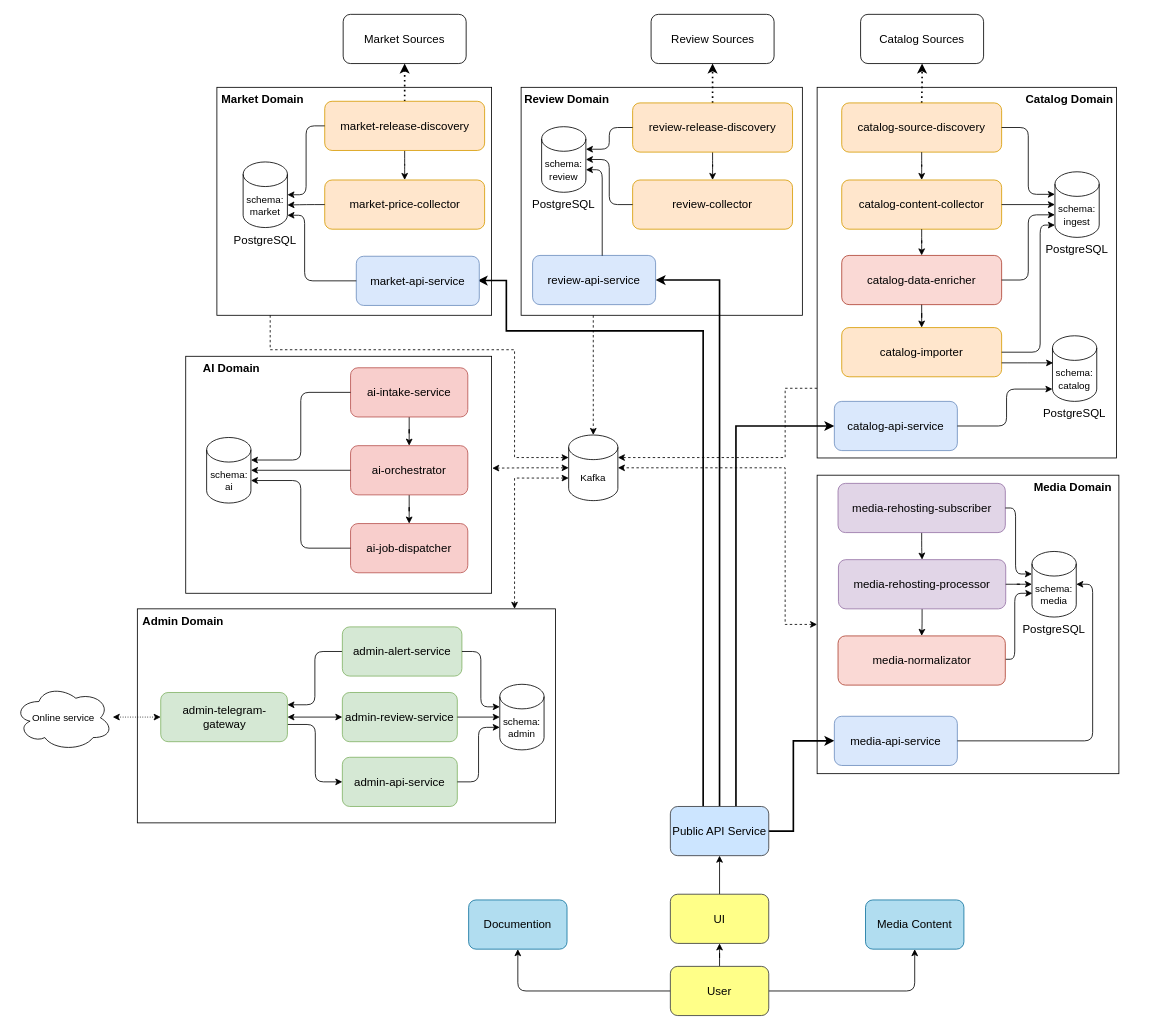
The draw.io diagram monstrino-docs/extra/diagrams/architecture-overview-v5.drawio in MafiaCoconut/Monstrino, before the edit. Source tidied: cells renumbered, new cells numbered last; positions are measured from the earlier drawing's top-left corner, leaving out a move shared by most shapes. Both pictures are drawn from the tidied source at 82%, with x=0, y=0 at pixel (14, 14).
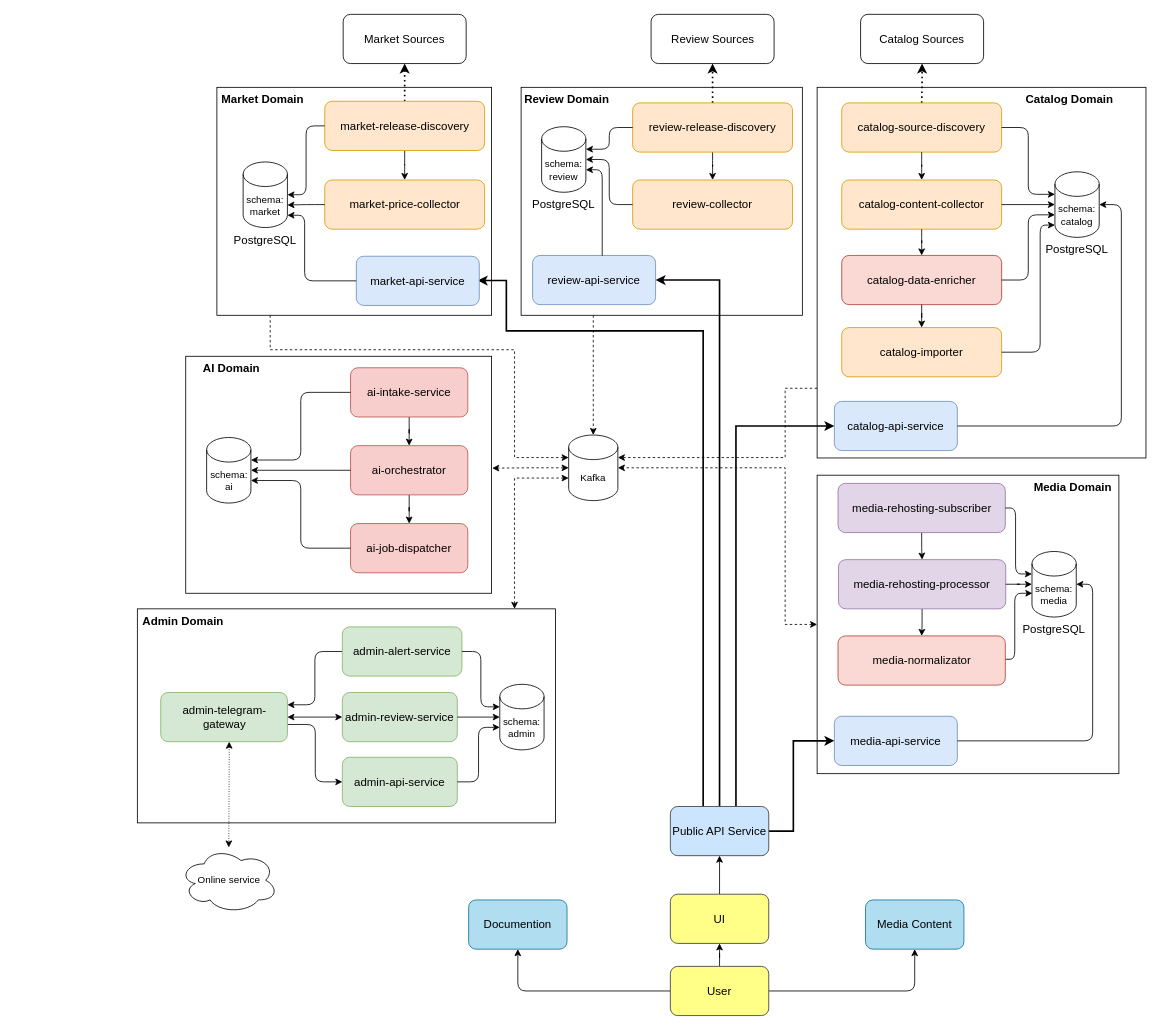
After the change.

The change refers to these unchanged cells:
```xml
<mxCell id="51" value="catalog-importer" style="rounded=1;whiteSpace=wrap;html=1;fillColor=#ffe6cc;strokeColor=#d79b00;fontSize=14;" parent="1" vertex="1">
  <mxGeometry x="1009" y="382" width="195" height="60" as="geometry" />
</mxCell>
<mxCell id="72" value="catalog-api-service" style="rounded=1;whiteSpace=wrap;html=1;fillColor=#dae8fc;strokeColor=#6c8ebf;fontSize=14;" parent="1" vertex="1">
  <mxGeometry x="1000" y="472" width="150" height="60" as="geometry" />
</mxCell>
<mxCell id="107" value="admin-telegram-gateway" style="rounded=1;whiteSpace=wrap;html=1;fillColor=#d5e8d4;strokeColor=#82b366;fontSize=14;" parent="1" vertex="1">
  <mxGeometry x="178.5" y="827" width="154.5" height="60" as="geometry" />
</mxCell>
```

Diff of the diagram source:
```diff
@@
     <mxCell id="5" style="rounded=0;whiteSpace=wrap;html=1;fillColor=none;" parent="1" vertex="1">
-      <mxGeometry x="979" y="89" width="365" height="452" as="geometry" />
+      <mxGeometry x="979" y="89" width="401" height="452" as="geometry" />
     </mxCell>
@@
-    <mxCell id="52" value="&lt;font&gt;schema:&lt;/font&gt;&lt;div&gt;&lt;span&gt;ingest&lt;/span&gt;&lt;/div&gt;" style="shape=cylinder3;whiteSpace=wrap;html=1;boundedLbl=1;backgroundOutline=1;size=15;fontSize=12;" parent="1" vertex="1">
+    <mxCell id="52" value="&lt;font&gt;schema:&lt;/font&gt;&lt;div&gt;&lt;span&gt;catalog&lt;/span&gt;&lt;/div&gt;" style="shape=cylinder3;whiteSpace=wrap;html=1;boundedLbl=1;backgroundOutline=1;size=15;fontSize=12;" parent="1" vertex="1">
       <mxGeometry x="1269" y="192" width="54" height="80" as="geometry" />
     </mxCell>
-    <mxCell id="53" value="&lt;font&gt;schema:&lt;/font&gt;&lt;div&gt;&lt;font&gt;catalog&lt;/font&gt;&lt;/div&gt;" style="shape=cylinder3;whiteSpace=wrap;html=1;boundedLbl=1;backgroundOutline=1;size=15;fontSize=12;" parent="1" vertex="1">
-      <mxGeometry x="1266" y="392" width="54" height="80" as="geometry" />
-    </mxCell>
@@
-    <mxCell id="57" style="edgeStyle=orthogonalEdgeStyle;rounded=0;jettySize=auto;html=1;entryX=0.015;entryY=0.413;entryDx=0;entryDy=0;entryPerimeter=0;fontSize=14;" parent="1" edge="1" source="51" target="53">
-      <mxGeometry relative="1" as="geometry">
-        <Array as="points">
-          <mxPoint x="1236" y="425" />
-        </Array>
-      </mxGeometry>
-    </mxCell>
@@
-    <mxCell id="71" value="PostgreSQL" style="text;html=1;whiteSpace=wrap;strokeColor=none;fillColor=none;align=center;verticalAlign=middle;rounded=0;fontSize=14;" parent="1" vertex="1">
-      <mxGeometry x="1255" y="472" width="76" height="30" as="geometry" />
-    </mxCell>
@@
-    <mxCell id="75" style="edgeStyle=orthogonalEdgeStyle;rounded=1;jettySize=auto;html=1;entryX=0;entryY=1;entryDx=0;entryDy=-15;entryPerimeter=0;curved=0;fontSize=14;" parent="1" edge="1" source="72" target="53">
+    <mxCell id="75" style="edgeStyle=orthogonalEdgeStyle;rounded=1;jettySize=auto;html=1;entryX=1;entryY=0.5;entryDx=0;entryDy=0;entryPerimeter=0;curved=0;fontSize=14;" parent="1" edge="1" source="72" target="52">
       <mxGeometry relative="1" as="geometry">
         <Array as="points">
-          <mxPoint x="1210" y="502" />
-          <mxPoint x="1210" y="457" />
+          <mxPoint x="1350" y="502" />
+          <mxPoint x="1350" y="232" />
         </Array>
       </mxGeometry>
     </mxCell>
@@
     <mxCell id="101" value="Online service" style="ellipse;shape=cloud;whiteSpace=wrap;html=1;fontSize=12;" parent="1" vertex="1">
-      <mxGeometry y="818" width="120" height="80" as="geometry" />
+      <mxGeometry x="201.5" y="1016" width="120" height="80" as="geometry" />
     </mxCell>
@@
     <mxCell id="106" style="edgeStyle=orthogonalEdgeStyle;rounded=0;jettySize=auto;html=1;startArrow=classic;startFill=1;dashed=1;dashPattern=1 2;fontSize=14;" parent="1" edge="1" source="107" target="101">
       <mxGeometry relative="1" as="geometry">
         <Array as="points">
-          <mxPoint x="140" y="857" />
-          <mxPoint x="140" y="857" />
+          <mxPoint x="262" y="916" />
+          <mxPoint x="262" y="916" />
         </Array>
       </mxGeometry>
     </mxCell>
```
